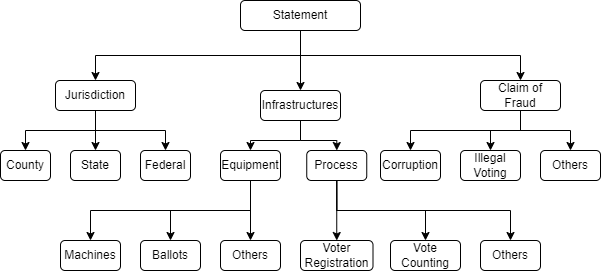
Earlier version of the draw.io export proposed-taxonomy.png (LanguageTechnologyLab/ElectAI). Source tidied: cells renumbered, new cells last; positions are measured from the earlier drawing's top-left corner, leaving out a move shared by most shapes.
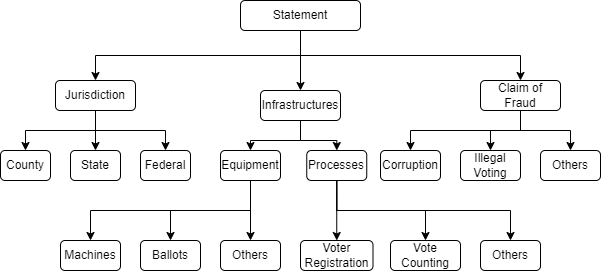
The same diagram one commit later.

What changed in the source:
```diff
@@ -77,7 +77,7 @@
     <mxCell id="26" style="edgeStyle=orthogonalEdgeStyle;rounded=0;jettySize=auto;html=1;exitX=0.5;exitY=1;exitDx=0;exitDy=0;" parent="1" edge="1" source="27" target="36">
       <mxGeometry relative="1" as="geometry" />
     </mxCell>
-    <mxCell id="27" value="Process" style="rounded=1;whiteSpace=wrap;html=1;" parent="1" vertex="1">
+    <mxCell id="27" value="Processes" style="rounded=1;whiteSpace=wrap;html=1;" parent="1" vertex="1">
       <mxGeometry x="306.2" y="150" width="60" height="30" as="geometry" />
     </mxCell>
     <mxCell id="28" value="Machines" style="rounded=1;whiteSpace=wrap;html=1;" parent="1" vertex="1">
```
